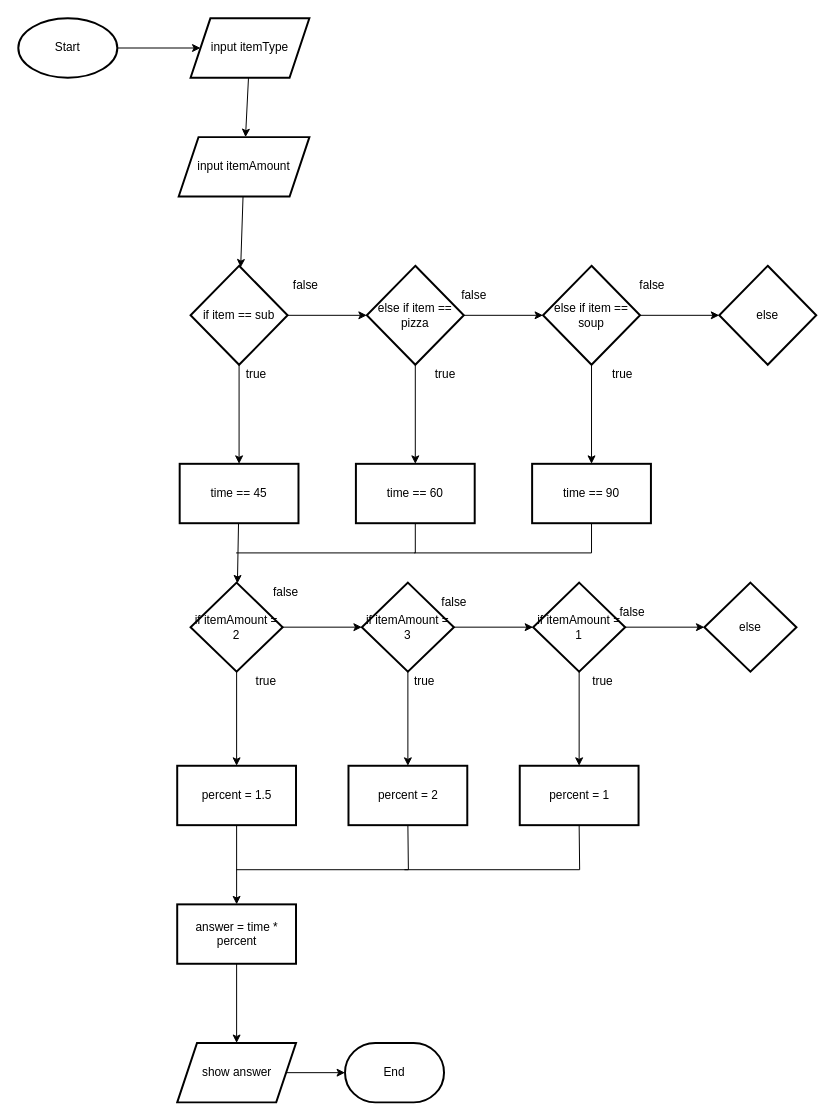
Above: design/flowchart.drawio in Ethan-Prieur1/ics4u-unit1-03-typescript (draw.io), before the change. Source tidied: cells renumbered, new cells numbered last; positions are measured from the earlier drawing's top-left corner, leaving out a move shared by most shapes. Both pictures are drawn from the tidied source at 99%, with x=0, y=0 at pixel (18, 18).
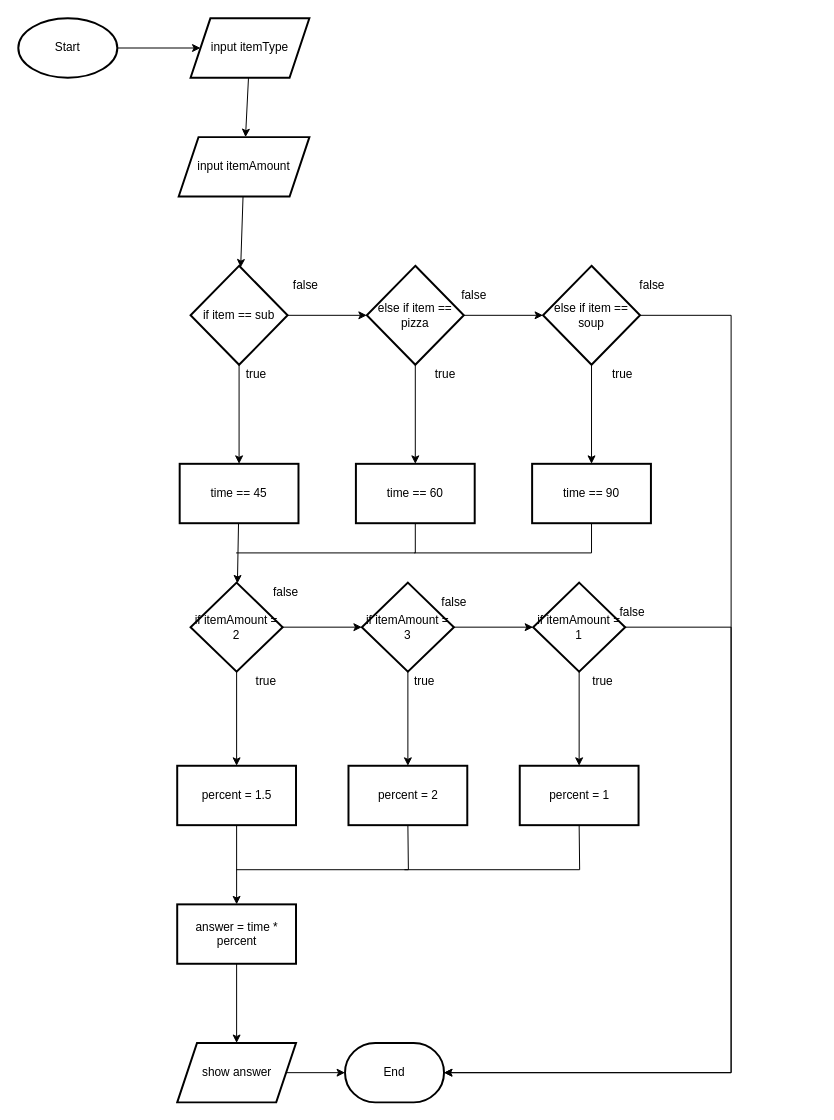
The same page after the edit.

Unchanged cells that the change refers to:
```xml
<mxCell id="16" value="else if item == soup" style="rhombus;whiteSpace=wrap;html=1;strokeWidth=2;" parent="1" vertex="1">
  <mxGeometry x="530" y="250" width="98" height="100" as="geometry" />
</mxCell>
<mxCell id="32" value="if itemAmount = 1" style="rhombus;whiteSpace=wrap;html=1;strokeWidth=2;" parent="1" vertex="1">
  <mxGeometry x="520" y="570" width="93" height="90" as="geometry" />
</mxCell>
<mxCell id="37" value="End" style="strokeWidth=2;html=1;shape=mxgraph.flowchart.terminator;whiteSpace=wrap;" parent="1" vertex="1">
  <mxGeometry x="330" y="1035" width="100" height="60" as="geometry" />
</mxCell>
```

Diff of the diagram source:
```diff
@@
-    <mxCell id="15" style="edgeStyle=none;rounded=0;html=1;" parent="1" edge="1" source="16" target="48">
-      <mxGeometry relative="1" as="geometry" />
+    <mxCell id="15" style="edgeStyle=none;rounded=0;html=1;entryX=1;entryY=0.5;entryDx=0;entryDy=0;entryPerimeter=0;" parent="1" edge="1" source="16" target="37">
+      <mxGeometry relative="1" as="geometry">
+        <Array as="points">
+          <mxPoint x="720" y="300" />
+          <mxPoint x="720" y="1065" />
+        </Array>
+      </mxGeometry>
     </mxCell>
@@
-    <mxCell id="31" style="edgeStyle=none;rounded=0;html=1;" parent="1" edge="1" source="32" target="42">
-      <mxGeometry relative="1" as="geometry" />
+    <mxCell id="31" style="edgeStyle=none;rounded=0;html=1;entryX=1;entryY=0.5;entryDx=0;entryDy=0;entryPerimeter=0;" parent="1" edge="1" source="32" target="37">
+      <mxGeometry relative="1" as="geometry">
+        <Array as="points">
+          <mxPoint x="720" y="615" />
+          <mxPoint x="720" y="1065" />
+        </Array>
+      </mxGeometry>
     </mxCell>
@@
-    <mxCell id="42" value="else" style="rhombus;whiteSpace=wrap;html=1;strokeWidth=2;" parent="1" vertex="1">
-      <mxGeometry x="693" y="570" width="93" height="90" as="geometry" />
-    </mxCell>
@@
-    <mxCell id="48" value="else" style="rhombus;whiteSpace=wrap;html=1;strokeWidth=2;" parent="1" vertex="1">
-      <mxGeometry x="708" y="250" width="98" height="100" as="geometry" />
-    </mxCell>
```
